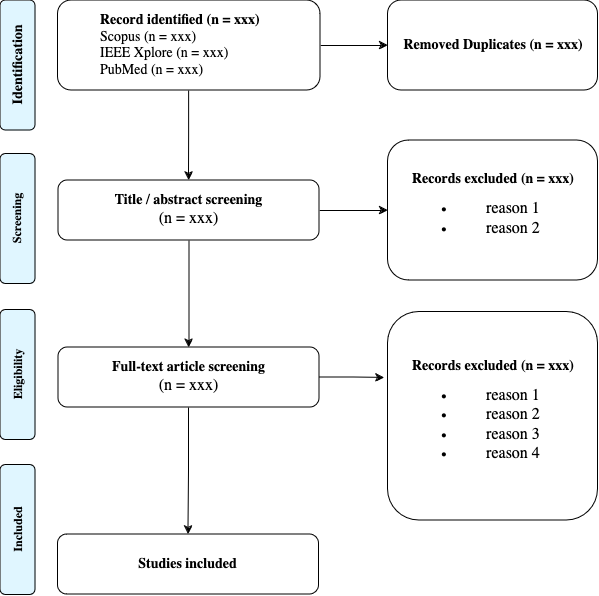
The draw.io diagram prisma_overview.png in Hobsyllvin/Literature-Research-Master-Thesis, before a commit. Source tidied: cells renumbered, new cells last; positions are measured from the earlier drawing's top-left corner, leaving out a move shared by most shapes. Its diagram source:
```xml
<mxGraphModel>
  <root>
    <mxCell id="0" />
    <mxCell id="1" parent="0" />
    <mxCell id="2" style="edgeStyle=orthogonalEdgeStyle;rounded=0;jettySize=auto;html=1;" parent="1" edge="1" source="4" target="7">
      <mxGeometry relative="1" as="geometry" />
    </mxCell>
    <mxCell id="3" style="edgeStyle=orthogonalEdgeStyle;rounded=0;jettySize=auto;html=1;" parent="1" edge="1" source="4" target="13">
      <mxGeometry relative="1" as="geometry" />
    </mxCell>
    <mxCell id="4" value="&lt;blockquote&gt;&lt;font style=&quot;font-size: 14px;&quot; face=&quot;Lucida Console&quot;&gt;&lt;b&gt;Record identified (n = xxx)&lt;/b&gt;&lt;br&gt;Scopus (n = xxx)&lt;br&gt;IEEE Xplore (n = xxx)&lt;br&gt;PubMed (n = xxx)&lt;/font&gt;&lt;/blockquote&gt;" style="rounded=1;whiteSpace=wrap;html=1;fontSize=12;glass=0;strokeWidth=1;shadow=0;align=left;" parent="1" vertex="1">
      <mxGeometry x="105.5" width="262.5" height="90" as="geometry" />
    </mxCell>
    <mxCell id="5" style="edgeStyle=orthogonalEdgeStyle;rounded=0;jettySize=auto;html=1;" parent="1" edge="1" source="7" target="10">
      <mxGeometry relative="1" as="geometry" />
    </mxCell>
    <mxCell id="6" style="edgeStyle=orthogonalEdgeStyle;rounded=0;jettySize=auto;html=1;" parent="1" edge="1" source="7" target="9">
      <mxGeometry relative="1" as="geometry" />
    </mxCell>
    <mxCell id="7" value="&lt;div&gt;&lt;font style=&quot;font-size: 14px;&quot;&gt;&lt;b&gt;&lt;font face=&quot;Lucida Console&quot;&gt;Title / abstract screening&lt;/font&gt;&lt;/b&gt;&lt;/font&gt;&lt;/div&gt;&lt;div&gt;&lt;font face=&quot;Vf-fnMTilvaQMkSSkMgD&quot; size=&quot;3&quot;&gt;(n = xxx)&lt;br&gt;&lt;/font&gt;&lt;/div&gt;" style="rounded=1;whiteSpace=wrap;html=1;fontSize=12;glass=0;strokeWidth=1;shadow=0;" parent="1" vertex="1">
      <mxGeometry x="106" y="180" width="261" height="60" as="geometry" />
    </mxCell>
    <mxCell id="8" style="edgeStyle=orthogonalEdgeStyle;rounded=0;jettySize=auto;html=1;" parent="1" edge="1" source="9" target="12">
      <mxGeometry relative="1" as="geometry" />
    </mxCell>
    <mxCell id="9" value="&lt;div&gt;&lt;b&gt;&lt;font style=&quot;font-size: 14px;&quot; face=&quot;Lucida Console&quot;&gt;Full-text article screening&lt;/font&gt;&lt;/b&gt;&lt;/div&gt;&lt;div&gt;&lt;font size=&quot;3&quot; face=&quot;EyllWLO1PdEMdmQVPUqC&quot;&gt;(n = xxx)&lt;br&gt;&lt;/font&gt;&lt;/div&gt;" style="rounded=1;whiteSpace=wrap;html=1;fontSize=12;glass=0;strokeWidth=1;shadow=0;" parent="1" vertex="1">
      <mxGeometry x="106" y="347" width="261" height="60" as="geometry" />
    </mxCell>
    <mxCell id="10" value="&lt;div&gt;&lt;b&gt;&lt;font style=&quot;font-size: 14px;&quot; face=&quot;Lucida Console&quot;&gt;Records excluded (n = xxx)&lt;/font&gt;&lt;/b&gt;&lt;/div&gt;&lt;div&gt;&lt;ul&gt;&lt;li&gt;&lt;font size=&quot;3&quot; face=&quot;wJ_m-E1kewodEd8vc7hS&quot;&gt;reason 1&lt;/font&gt;&lt;/li&gt;&lt;li&gt;&lt;font size=&quot;3&quot; face=&quot;wJ_m-E1kewodEd8vc7hS&quot;&gt;reason 2&lt;br&gt;&lt;/font&gt;&lt;/li&gt;&lt;/ul&gt;&lt;/div&gt;" style="rounded=1;whiteSpace=wrap;html=1;fontSize=12;glass=0;strokeWidth=1;shadow=0;" parent="1" vertex="1">
      <mxGeometry x="435.5" y="140" width="210" height="140" as="geometry" />
    </mxCell>
    <mxCell id="11" value="&lt;div&gt;&lt;b&gt;&lt;font style=&quot;font-size: 14px;&quot; face=&quot;Lucida Console&quot;&gt;Records excluded (n = xxx)&lt;/font&gt;&lt;/b&gt;&lt;/div&gt;&lt;div&gt;&lt;ul&gt;&lt;li&gt;&lt;font size=&quot;3&quot; face=&quot;mY5P2F2tdVI3r5gdOyLp&quot;&gt;reason 1&lt;/font&gt;&lt;/li&gt;&lt;li&gt;&lt;font size=&quot;3&quot; face=&quot;mY5P2F2tdVI3r5gdOyLp&quot;&gt;reason 2&lt;/font&gt;&lt;/li&gt;&lt;li&gt;&lt;font size=&quot;3&quot; face=&quot;mY5P2F2tdVI3r5gdOyLp&quot;&gt;reason 3&lt;/font&gt;&lt;/li&gt;&lt;li&gt;&lt;font size=&quot;3&quot; face=&quot;mY5P2F2tdVI3r5gdOyLp&quot;&gt;reason 4&lt;br&gt;&lt;/font&gt;&lt;/li&gt;&lt;/ul&gt;&lt;/div&gt;" style="rounded=1;whiteSpace=wrap;html=1;fontSize=12;glass=0;strokeWidth=1;shadow=0;" parent="1" vertex="1">
      <mxGeometry x="435.5" y="311.5" width="210" height="208.5" as="geometry" />
    </mxCell>
    <mxCell id="12" value="&lt;b&gt;&lt;font style=&quot;font-size: 14px;&quot; face=&quot;Lucida Console&quot;&gt;Studies included&lt;/font&gt;&lt;/b&gt;" style="rounded=1;whiteSpace=wrap;html=1;fontSize=12;glass=0;strokeWidth=1;shadow=0;" parent="1" vertex="1">
      <mxGeometry x="105.5" y="534" width="261" height="60" as="geometry" />
    </mxCell>
    <mxCell id="13" value="&lt;b&gt;&lt;font style=&quot;font-size: 14px;&quot; face=&quot;Lucida Console&quot;&gt;Removed Duplicates (n = xxx)&lt;/font&gt;&lt;/b&gt;" style="rounded=1;whiteSpace=wrap;html=1;fontSize=12;glass=0;strokeWidth=1;shadow=0;" parent="1" vertex="1">
      <mxGeometry x="435.5" width="210" height="90" as="geometry" />
    </mxCell>
    <mxCell id="14" value="&lt;font face=&quot;Lucida Console&quot; style=&quot;font-size: 14px;&quot;&gt;&lt;b&gt;Identification&lt;/b&gt;&lt;/font&gt;" style="rounded=1;whiteSpace=wrap;html=1;rotation=-90;fillColor=#E0F6FF;" parent="1" vertex="1">
      <mxGeometry x="0.5" y="47.5" width="130" height="35" as="geometry" />
    </mxCell>
    <mxCell id="15" value="&lt;font face=&quot;Lucida Console&quot;&gt;&lt;b&gt;Screening&lt;/b&gt;&lt;/font&gt;" style="rounded=1;whiteSpace=wrap;html=1;rotation=-90;fillColor=#E0F6FF;" parent="1" vertex="1">
      <mxGeometry x="0.5" y="201" width="130" height="35" as="geometry" />
    </mxCell>
    <mxCell id="16" value="&lt;font face=&quot;Lucida Console&quot;&gt;&lt;b&gt;Eligibility&lt;/b&gt;&lt;/font&gt;" style="rounded=1;whiteSpace=wrap;html=1;rotation=-90;fillColor=#E0F6FF;" parent="1" vertex="1">
      <mxGeometry x="0.5" y="357" width="130" height="35" as="geometry" />
    </mxCell>
    <mxCell id="17" value="&lt;font face=&quot;Lucida Console&quot;&gt;&lt;b&gt;Included&lt;/b&gt;&lt;/font&gt;" style="rounded=1;whiteSpace=wrap;html=1;rotation=-90;fillColor=#E0F6FF;" parent="1" vertex="1">
      <mxGeometry x="0.5" y="512" width="130" height="35" as="geometry" />
    </mxCell>
    <mxCell id="18" style="edgeStyle=orthogonalEdgeStyle;rounded=0;jettySize=auto;html=1;entryX=-0.017;entryY=0.316;entryDx=0;entryDy=0;entryPerimeter=0;" parent="1" edge="1" source="9" target="11">
      <mxGeometry relative="1" as="geometry" />
    </mxCell>
  </root>
</mxGraphModel>
```
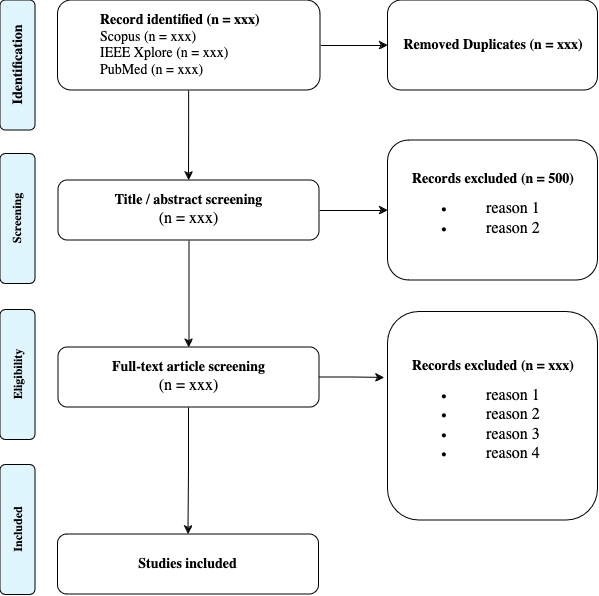
The same diagram one commit later.

Commit message:
Overwrite prisma_overview 500

What changed in the source:
```diff
@@ -26,7 +26,7 @@
     <mxCell id="9" value="&lt;div&gt;&lt;b&gt;&lt;font style=&quot;font-size: 14px;&quot; face=&quot;Lucida Console&quot;&gt;Full-text article screening&lt;/font&gt;&lt;/b&gt;&lt;/div&gt;&lt;div&gt;&lt;font size=&quot;3&quot; face=&quot;EyllWLO1PdEMdmQVPUqC&quot;&gt;(n = xxx)&lt;br&gt;&lt;/font&gt;&lt;/div&gt;" style="rounded=1;whiteSpace=wrap;html=1;fontSize=12;glass=0;strokeWidth=1;shadow=0;" parent="1" vertex="1">
       <mxGeometry x="106" y="347" width="261" height="60" as="geometry" />
     </mxCell>
-    <mxCell id="10" value="&lt;div&gt;&lt;b&gt;&lt;font style=&quot;font-size: 14px;&quot; face=&quot;Lucida Console&quot;&gt;Records excluded (n = xxx)&lt;/font&gt;&lt;/b&gt;&lt;/div&gt;&lt;div&gt;&lt;ul&gt;&lt;li&gt;&lt;font size=&quot;3&quot; face=&quot;wJ_m-E1kewodEd8vc7hS&quot;&gt;reason 1&lt;/font&gt;&lt;/li&gt;&lt;li&gt;&lt;font size=&quot;3&quot; face=&quot;wJ_m-E1kewodEd8vc7hS&quot;&gt;reason 2&lt;br&gt;&lt;/font&gt;&lt;/li&gt;&lt;/ul&gt;&lt;/div&gt;" style="rounded=1;whiteSpace=wrap;html=1;fontSize=12;glass=0;strokeWidth=1;shadow=0;" parent="1" vertex="1">
+    <mxCell id="10" value="&lt;div&gt;&lt;b&gt;&lt;font style=&quot;font-size: 14px;&quot; face=&quot;Lucida Console&quot;&gt;Records excluded (n = 500)&lt;/font&gt;&lt;/b&gt;&lt;/div&gt;&lt;div&gt;&lt;ul&gt;&lt;li&gt;&lt;font size=&quot;3&quot; face=&quot;wJ_m-E1kewodEd8vc7hS&quot;&gt;reason 1&lt;/font&gt;&lt;/li&gt;&lt;li&gt;&lt;font size=&quot;3&quot; face=&quot;wJ_m-E1kewodEd8vc7hS&quot;&gt;reason 2&lt;br&gt;&lt;/font&gt;&lt;/li&gt;&lt;/ul&gt;&lt;/div&gt;" style="rounded=1;whiteSpace=wrap;html=1;fontSize=12;glass=0;strokeWidth=1;shadow=0;" parent="1" vertex="1">
       <mxGeometry x="435.5" y="140" width="210" height="140" as="geometry" />
     </mxCell>
     <mxCell id="11" value="&lt;div&gt;&lt;b&gt;&lt;font style=&quot;font-size: 14px;&quot; face=&quot;Lucida Console&quot;&gt;Records excluded (n = xxx)&lt;/font&gt;&lt;/b&gt;&lt;/div&gt;&lt;div&gt;&lt;ul&gt;&lt;li&gt;&lt;font size=&quot;3&quot; face=&quot;mY5P2F2tdVI3r5gdOyLp&quot;&gt;reason 1&lt;/font&gt;&lt;/li&gt;&lt;li&gt;&lt;font size=&quot;3&quot; face=&quot;mY5P2F2tdVI3r5gdOyLp&quot;&gt;reason 2&lt;/font&gt;&lt;/li&gt;&lt;li&gt;&lt;font size=&quot;3&quot; face=&quot;mY5P2F2tdVI3r5gdOyLp&quot;&gt;reason 3&lt;/font&gt;&lt;/li&gt;&lt;li&gt;&lt;font size=&quot;3&quot; face=&quot;mY5P2F2tdVI3r5gdOyLp&quot;&gt;reason 4&lt;br&gt;&lt;/font&gt;&lt;/li&gt;&lt;/ul&gt;&lt;/div&gt;" style="rounded=1;whiteSpace=wrap;html=1;fontSize=12;glass=0;strokeWidth=1;shadow=0;" parent="1" vertex="1">
```
